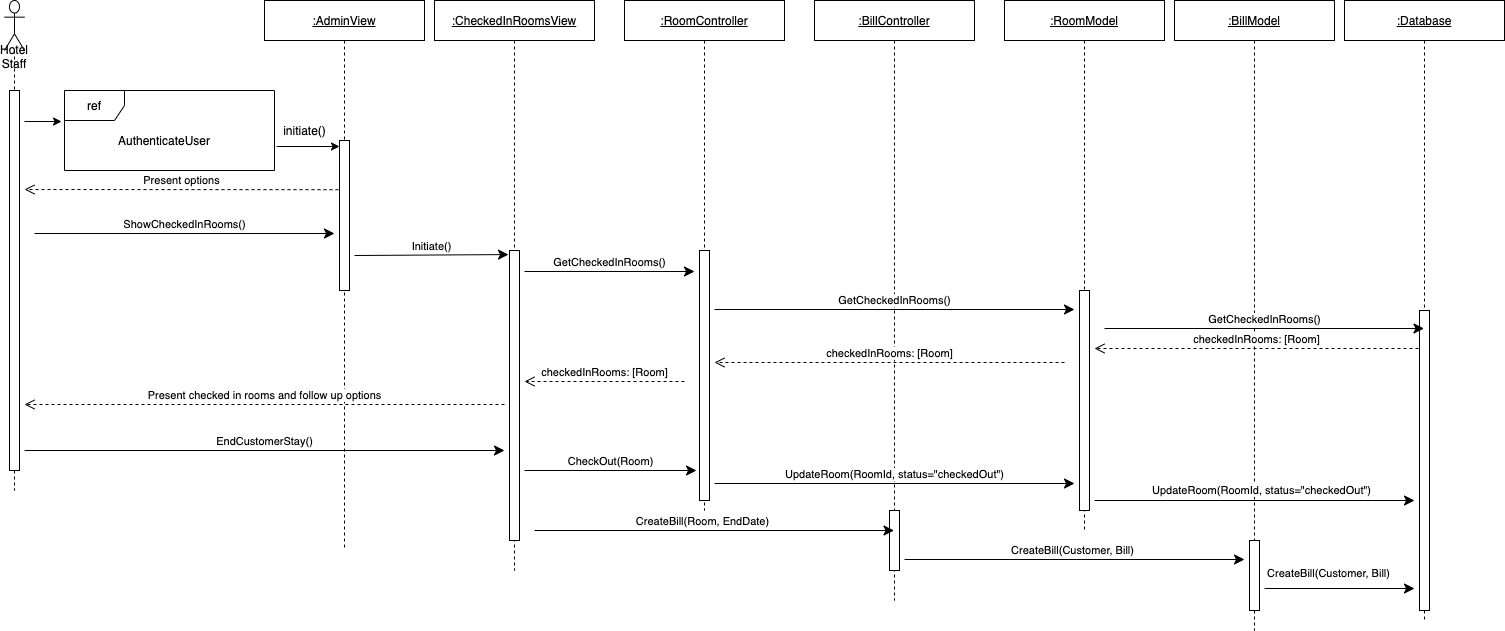
The draw.io diagram Diagrams/Sequence/EndCustomerStay.png in mclhtay/CS4471, before a commit. Source tidied: cells renumbered, new cells last; positions are measured from the earlier drawing's top-left corner, leaving out a move shared by most shapes.
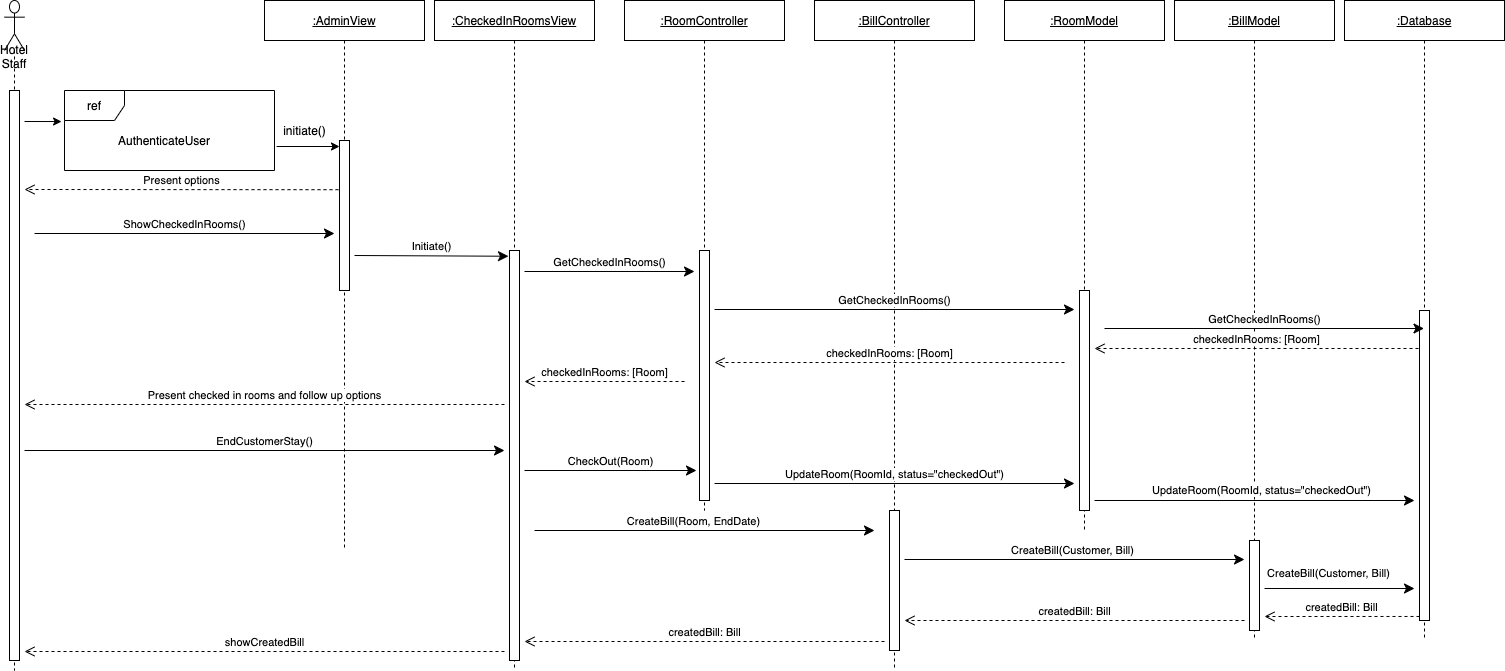
The same file after the commit.

Diff of the diagram source:
```diff
@@ -3,16 +3,16 @@
     <mxCell id="0" />
     <mxCell id="1" parent="0" />
     <mxCell id="2" value="Hotel Staff" style="shape=umlLifeline;participant=umlActor;perimeter=lifelinePerimeter;whiteSpace=wrap;html=1;verticalAlign=top;spacingTop=36;size=50;" parent="1" vertex="1">
-      <mxGeometry width="20" height="490" as="geometry" />
+      <mxGeometry width="20" height="670" as="geometry" />
     </mxCell>
     <mxCell id="3" style="html=1;perimeter=orthogonalPerimeter;" parent="2" vertex="1">
-      <mxGeometry x="5" y="90" width="10" height="380" as="geometry" />
+      <mxGeometry x="5" y="90" width="10" height="570" as="geometry" />
     </mxCell>
     <mxCell id="4" value="&lt;u&gt;:CheckedInRoomsView&lt;/u&gt;" style="shape=umlLifeline;perimeter=lifelinePerimeter;whiteSpace=wrap;html=1;" parent="1" vertex="1">
-      <mxGeometry x="430" width="160" height="570" as="geometry" />
+      <mxGeometry x="430" width="160" height="670" as="geometry" />
     </mxCell>
     <mxCell id="5" style="html=1;points=[];perimeter=orthogonalPerimeter;" parent="4" vertex="1">
-      <mxGeometry x="75" y="250" width="10" height="290" as="geometry" />
+      <mxGeometry x="75" y="250" width="10" height="410" as="geometry" />
     </mxCell>
     <mxCell id="6" value="&lt;u&gt;:RoomController&lt;/u&gt;" style="shape=umlLifeline;perimeter=lifelinePerimeter;whiteSpace=wrap;html=1;" parent="1" vertex="1">
       <mxGeometry x="620" width="160" height="510" as="geometry" />
@@ -21,16 +21,16 @@
       <mxGeometry x="75" y="250" width="10" height="250" as="geometry" />
     </mxCell>
     <mxCell id="8" value="&lt;u&gt;:BillController&lt;/u&gt;" style="shape=umlLifeline;perimeter=lifelinePerimeter;whiteSpace=wrap;html=1;outlineConnect=0;" parent="1" vertex="1">
-      <mxGeometry x="810" width="160" height="600" as="geometry" />
+      <mxGeometry x="810" width="160" height="670" as="geometry" />
     </mxCell>
     <mxCell id="9" style="html=1;perimeter=orthogonalPerimeter;" parent="8" vertex="1">
-      <mxGeometry x="75" y="510" width="10" height="60" as="geometry" />
+      <mxGeometry x="75" y="510" width="10" height="140" as="geometry" />
     </mxCell>
     <mxCell id="10" value="&lt;u&gt;:Database&lt;/u&gt;" style="shape=umlLifeline;perimeter=lifelinePerimeter;whiteSpace=wrap;html=1;outlineConnect=0;" parent="1" vertex="1">
-      <mxGeometry x="1340" width="160" height="620" as="geometry" />
+      <mxGeometry x="1340" width="160" height="640" as="geometry" />
     </mxCell>
     <mxCell id="11" style="html=1;points=[];perimeter=orthogonalPerimeter;" parent="10" vertex="1">
-      <mxGeometry x="75" y="310" width="10" height="300" as="geometry" />
+      <mxGeometry x="75" y="310" width="10" height="310" as="geometry" />
     </mxCell>
     <mxCell id="12" value="&lt;u&gt;:AdminView&lt;/u&gt;" style="shape=umlLifeline;perimeter=lifelinePerimeter;whiteSpace=wrap;html=1;" parent="1" vertex="1">
       <mxGeometry x="260" width="160" height="550" as="geometry" />
@@ -102,9 +102,10 @@
         <mxPoint x="1070" y="483" as="targetPoint" />
       </mxGeometry>
     </mxCell>
-    <mxCell id="25" value="CreateBill(Room, EndDate)" style="html=1;verticalAlign=bottom;endArrow=classic;endSize=8;endFill=1;" parent="1" edge="1" target="8">
+    <mxCell id="25" value="CreateBill(Room, EndDate)" style="html=1;verticalAlign=bottom;endArrow=classic;endSize=8;endFill=1;" parent="1" edge="1">
       <mxGeometry x="-0.07" relative="1" as="geometry">
         <mxPoint x="530" y="530" as="sourcePoint" />
+        <mxPoint x="870" y="530" as="targetPoint" />
       </mxGeometry>
     </mxCell>
     <mxCell id="26" value="&lt;u&gt;:RoomModel&lt;/u&gt;" style="shape=umlLifeline;perimeter=lifelinePerimeter;whiteSpace=wrap;html=1;" parent="1" vertex="1">
@@ -114,10 +115,10 @@
       <mxGeometry x="75" y="290" width="10" height="220" as="geometry" />
     </mxCell>
     <mxCell id="28" value="&lt;u&gt;:BillModel&lt;/u&gt;" style="shape=umlLifeline;perimeter=lifelinePerimeter;whiteSpace=wrap;html=1;" parent="1" vertex="1">
-      <mxGeometry x="1170" width="160" height="630" as="geometry" />
+      <mxGeometry x="1170" width="160" height="640" as="geometry" />
     </mxCell>
     <mxCell id="29" style="html=1;perimeter=orthogonalPerimeter;" parent="28" vertex="1">
-      <mxGeometry x="75" y="540" width="10" height="70" as="geometry" />
+      <mxGeometry x="75" y="540" width="10" height="90" as="geometry" />
     </mxCell>
     <mxCell id="30" value="GetCheckedInRooms()" style="html=1;verticalAlign=bottom;endArrow=classic;endSize=8;endFill=1;" parent="1" edge="1" target="10">
       <mxGeometry relative="1" as="geometry">
@@ -165,5 +166,28 @@
     <mxCell id="39" value="initiate()" style="text;html=1;align=center;verticalAlign=middle;" parent="1" vertex="1">
       <mxGeometry x="270" y="120" width="60" height="20" as="geometry" />
     </mxCell>
+    <mxCell id="40" value="createdBill: Bill" style="html=1;verticalAlign=bottom;endArrow=open;dashed=1;endSize=8;exitX=0;exitY=0.987;exitDx=0;exitDy=0;exitPerimeter=0;" parent="1" edge="1" source="11">
+      <mxGeometry relative="1" as="geometry">
+        <mxPoint x="1260" y="616" as="targetPoint" />
+      </mxGeometry>
+    </mxCell>
+    <mxCell id="41" value="createdBill: Bill" style="html=1;verticalAlign=bottom;endArrow=open;dashed=1;endSize=8;" parent="1" edge="1">
+      <mxGeometry relative="1" as="geometry">
+        <mxPoint x="1240" y="620" as="sourcePoint" />
+        <mxPoint x="900" y="620" as="targetPoint" />
+      </mxGeometry>
+    </mxCell>
+    <mxCell id="42" value="createdBill: Bill" style="html=1;verticalAlign=bottom;endArrow=open;dashed=1;endSize=8;" parent="1" edge="1">
+      <mxGeometry relative="1" as="geometry">
+        <mxPoint x="880" y="641" as="sourcePoint" />
+        <mxPoint x="520" y="641" as="targetPoint" />
+      </mxGeometry>
+    </mxCell>
+    <mxCell id="43" value="showCreatedBill" style="html=1;verticalAlign=bottom;endArrow=open;dashed=1;endSize=8;" parent="1" edge="1">
+      <mxGeometry relative="1" as="geometry">
+        <mxPoint x="500" y="651" as="sourcePoint" />
+        <mxPoint x="20" y="651" as="targetPoint" />
+      </mxGeometry>
+    </mxCell>
   </root>
 </mxGraphModel>
```
